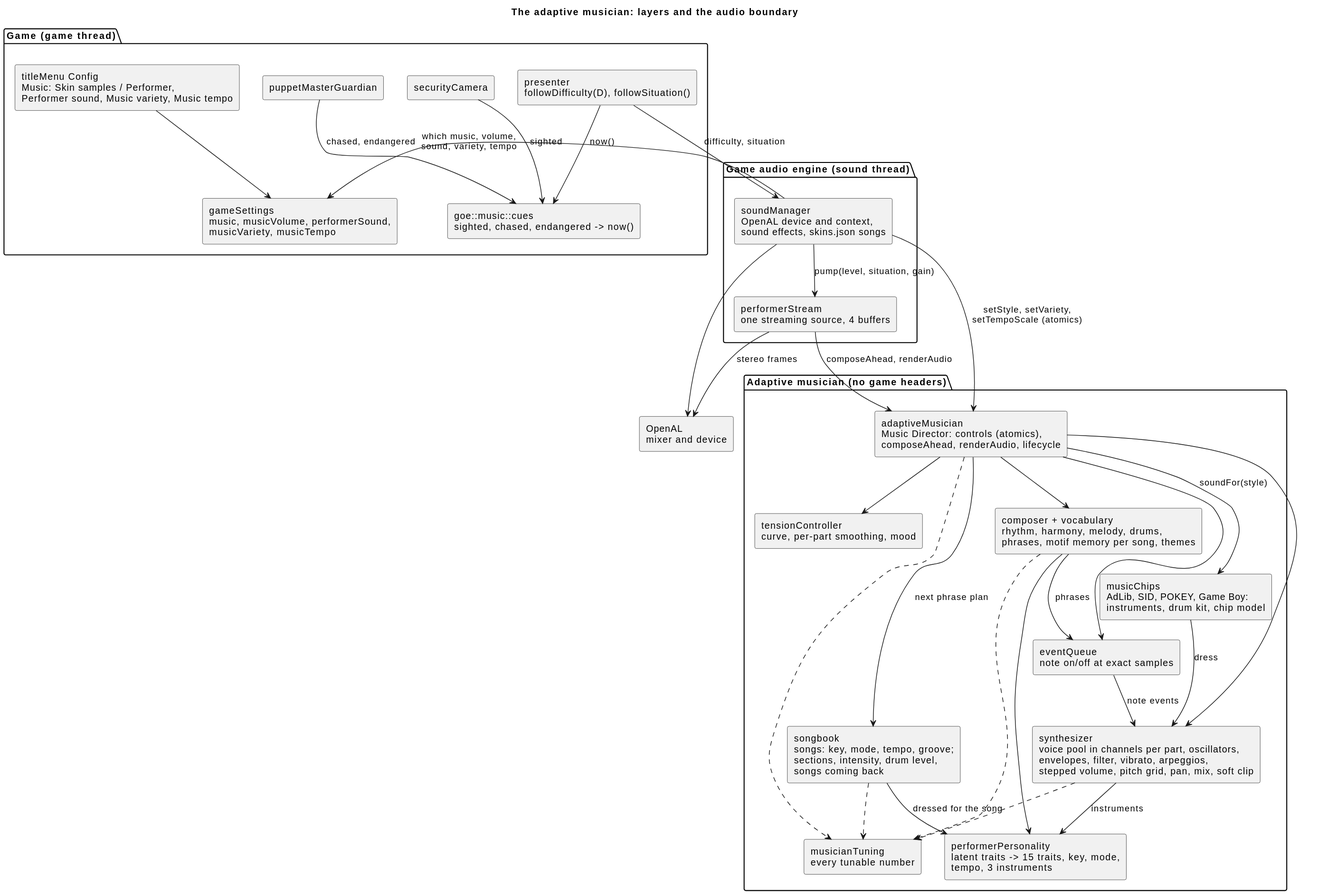
Above: docs/diagrams/15-musician-components.svg in arielkonopka/Gardens-of-Eris (PlantUML), before the change.
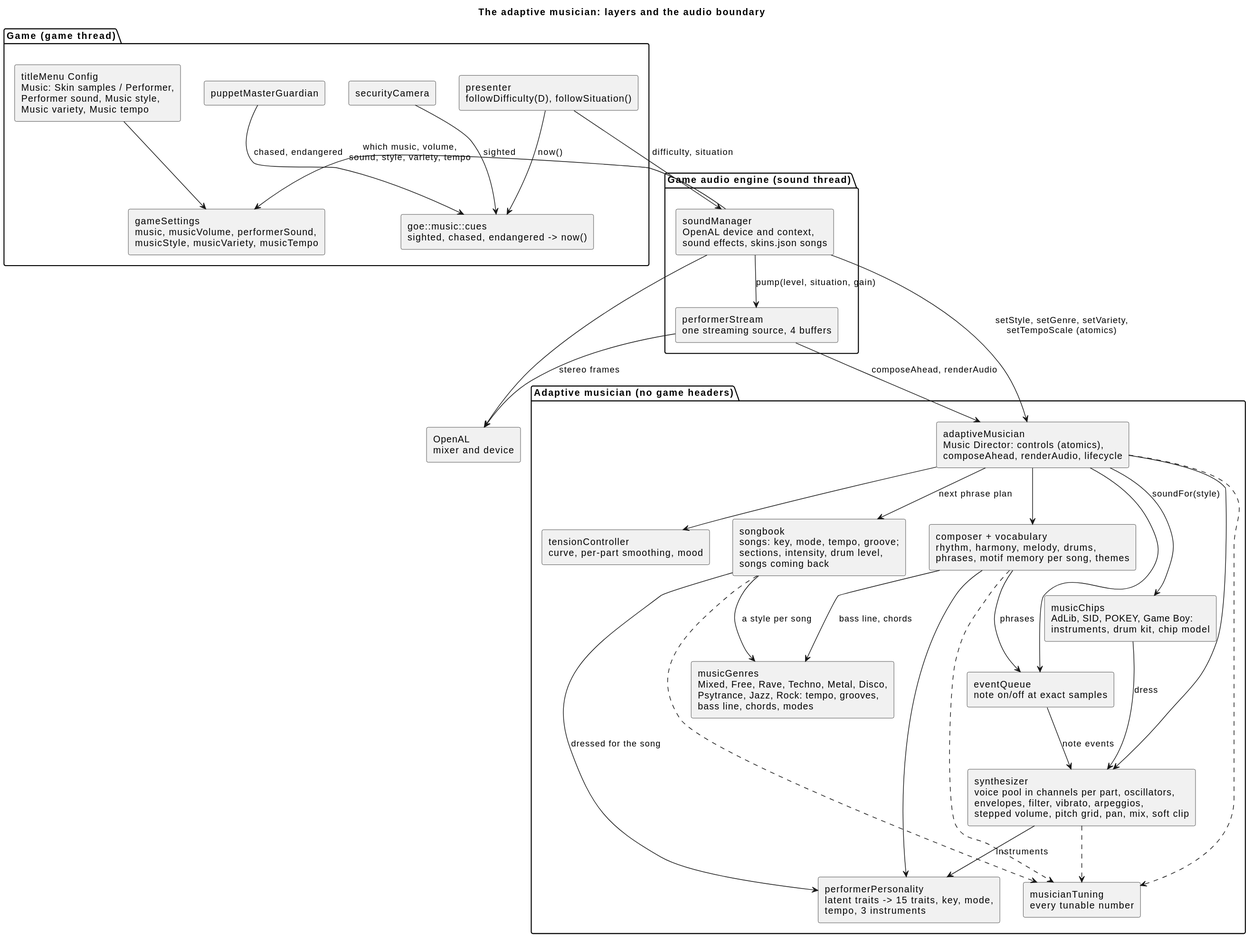
The same file after the commit.

Change to the diagram source:
```diff
@@ -7,8 +7,8 @@
   [goe::music::cues\nsighted, chased, endangered -> now()] as cues
   [securityCamera] as cam
   [puppetMasterGuardian] as guard
-  [titleMenu Config\nMusic: Skin samples / Performer,\nPerformer sound, Music variety, Music tempo] as menu
-  [gameSettings\nmusic, musicVolume, performerSound,\nmusicVariety, musicTempo] as settings
+  [titleMenu Config\nMusic: Skin samples / Performer,\nPerformer sound, Music style,\nMusic variety, Music tempo] as menu
+  [gameSettings\nmusic, musicVolume, performerSound,\nmusicStyle, musicVariety, musicTempo] as settings
 }
 
 package "Adaptive musician (no game headers)" {
@@ -17,6 +17,7 @@
   [performerPersonality\nlatent traits -> 15 traits, key, mode,\ntempo, 3 instruments] as person
   [songbook\nsongs: key, mode, tempo, groove;\nsections, intensity, drum level,\nsongs coming back] as songs
   [composer + vocabulary\nrhythm, harmony, melody, drums,\nphrases, motif memory per song, themes] as comp
+  [musicGenres\nMixed, Free, Rave, Techno, Metal, Disco,\nPsytrance, Jazz, Rock: tempo, grooves,\nbass line, chords, modes] as genres
   [musicChips\nAdLib, SID, POKEY, Game Boy:\ninstruments, drum kit, chip model] as chips
   [eventQueue\nnote on/off at exact samples] as queue
   [synthesizer\nvoice pool in channels per part, oscillators,\nenvelopes, filter, vibrato, arpeggios,\nstepped volume, pitch grid, pan, mix, soft clip] as synth
@@ -34,9 +35,9 @@
 pres --> cues : now()
 pres --> sm : difficulty, situation
 menu --> settings
-sm --> settings : which music, volume,\nsound, variety, tempo
+sm --> settings : which music, volume,\nsound, style, variety, tempo
 sm --> stream : pump(level, situation, gain)
-sm --> director : setStyle, setVariety,\nsetTempoScale (atomics)
+sm --> director : setStyle, setGenre, setVariety,\nsetTempoScale (atomics)
 stream --> director : composeAhead, renderAudio
 director --> tension
 director --> songs : next phrase plan
@@ -44,6 +45,8 @@
 director --> chips : soundFor(style)
 chips --> synth : dress
 songs --> person : dressed for the song
+songs --> genres : a style per song
+comp --> genres : bass line, chords
 director --> queue
 director --> synth
 comp --> person
```
